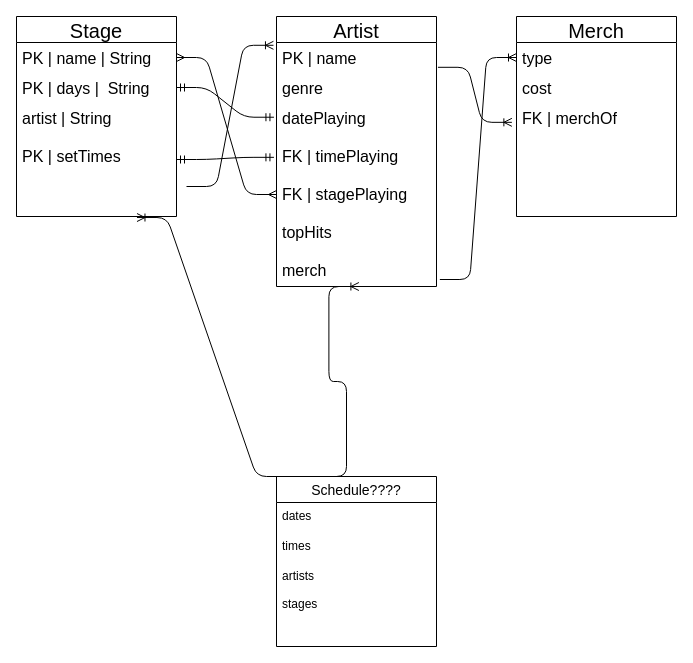
The draw.io diagram Project-Info/ERD.drawio in alexxgz/festivalApp, before the edit. Source tidied: cells renumbered, new cells numbered last; positions are measured from the earlier drawing's top-left corner, leaving out a move shared by most shapes. Both pictures are drawn from the tidied source at 100%, with x=0, y=0 at pixel (16, 16).
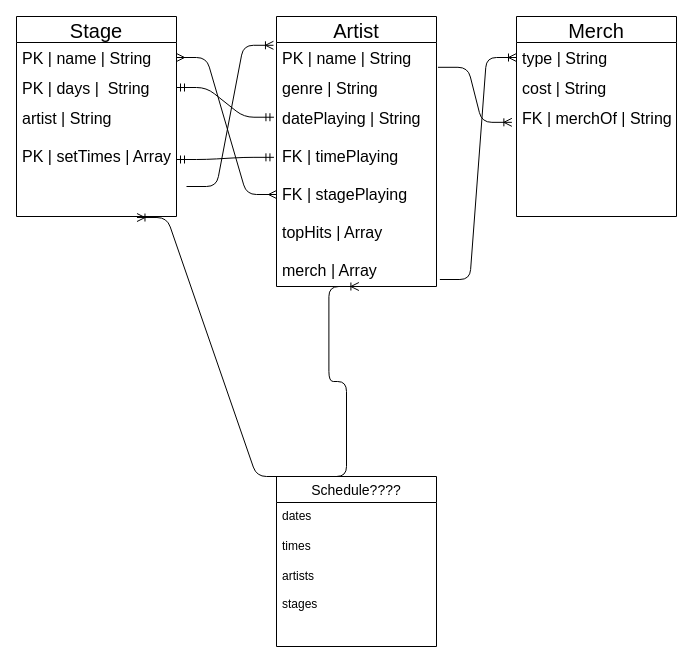
The same page after the edit.

Unchanged cells that the change refers to:
```xml
<mxCell id="2" value="Artist" style="swimlane;fontStyle=0;horizontal=1;startSize=26;align=center;fontSize=20;" parent="1" vertex="1">
  <mxGeometry x="260" width="160" height="270" as="geometry" />
</mxCell>
<mxCell id="6" value="Stage" style="swimlane;fontStyle=0;horizontal=1;startSize=26;align=center;fontSize=20;" parent="1" vertex="1">
  <mxGeometry width="160" height="200" as="geometry" />
</mxCell>
<mxCell id="11" value="Merch" style="swimlane;fontStyle=0;horizontal=1;startSize=26;align=center;fontSize=20;" parent="1" vertex="1">
  <mxGeometry x="500" width="160" height="200" as="geometry" />
</mxCell>
```

Diff of the diagram source:
```diff
@@
-    <mxCell id="3" value="PK | name" style="text;strokeColor=none;fillColor=none;spacingLeft=4;spacingRight=4;overflow=hidden;points=[[0,0.5],[1,0.5]];portConstraint=eastwest;fontSize=16;" parent="2" vertex="1">
+    <mxCell id="3" value="PK | name | String" style="text;strokeColor=none;fillColor=none;spacingLeft=4;spacingRight=4;overflow=hidden;points=[[0,0.5],[1,0.5]];portConstraint=eastwest;fontSize=16;" parent="2" vertex="1">
       <mxGeometry y="26" width="160" height="30" as="geometry" />
     </mxCell>
-    <mxCell id="4" value="genre" style="text;strokeColor=none;fillColor=none;spacingLeft=4;spacingRight=4;overflow=hidden;fontSize=16;" parent="2" vertex="1">
+    <mxCell id="4" value="genre | String" style="text;strokeColor=none;fillColor=none;spacingLeft=4;spacingRight=4;overflow=hidden;fontSize=16;" parent="2" vertex="1">
       <mxGeometry y="56" width="160" height="30" as="geometry" />
     </mxCell>
-    <mxCell id="5" value="datePlaying&#10;&#10;FK | timePlaying&#10;&#10;FK | stagePlaying&#10;&#10;topHits&#10;&#10;merch&#10;" style="text;strokeColor=none;fillColor=none;spacingLeft=4;spacingRight=4;overflow=hidden;points=[[0,0.5],[1,0.5]];portConstraint=eastwest;fontSize=16;" parent="2" vertex="1">
+    <mxCell id="5" value="datePlaying | String&#10;&#10;FK | timePlaying&#10;&#10;FK | stagePlaying&#10;&#10;topHits | Array&#10;&#10;merch | Array&#10;" style="text;strokeColor=none;fillColor=none;spacingLeft=4;spacingRight=4;overflow=hidden;points=[[0,0.5],[1,0.5]];portConstraint=eastwest;fontSize=16;" parent="2" vertex="1">
       <mxGeometry y="86" width="160" height="184" as="geometry" />
     </mxCell>
@@
-    <mxCell id="9" value="artist | String &#10;&#10;PK | setTimes" style="text;strokeColor=none;fillColor=none;spacingLeft=4;spacingRight=4;overflow=hidden;points=[[0,0.5],[1,0.5]];portConstraint=eastwest;fontSize=16;" parent="6" vertex="1">
+    <mxCell id="9" value="artist | String &#10;&#10;PK | setTimes | Array" style="text;strokeColor=none;fillColor=none;spacingLeft=4;spacingRight=4;overflow=hidden;points=[[0,0.5],[1,0.5]];portConstraint=eastwest;fontSize=16;" parent="6" vertex="1">
       <mxGeometry y="86" width="160" height="114" as="geometry" />
     </mxCell>
@@
-    <mxCell id="12" value="type" style="text;strokeColor=none;fillColor=none;spacingLeft=4;spacingRight=4;overflow=hidden;points=[[0,0.5],[1,0.5]];portConstraint=eastwest;fontSize=16;" parent="11" vertex="1">
+    <mxCell id="12" value="type | String" style="text;strokeColor=none;fillColor=none;spacingLeft=4;spacingRight=4;overflow=hidden;points=[[0,0.5],[1,0.5]];portConstraint=eastwest;fontSize=16;" parent="11" vertex="1">
       <mxGeometry y="26" width="160" height="30" as="geometry" />
     </mxCell>
-    <mxCell id="13" value="cost" style="text;strokeColor=none;fillColor=none;spacingLeft=4;spacingRight=4;overflow=hidden;fontSize=16;" parent="11" vertex="1">
+    <mxCell id="13" value="cost | String" style="text;strokeColor=none;fillColor=none;spacingLeft=4;spacingRight=4;overflow=hidden;fontSize=16;" parent="11" vertex="1">
       <mxGeometry y="56" width="160" height="30" as="geometry" />
     </mxCell>
-    <mxCell id="14" value="FK | merchOf" style="text;strokeColor=none;fillColor=none;spacingLeft=4;spacingRight=4;overflow=hidden;points=[[0,0.5],[1,0.5]];portConstraint=eastwest;fontSize=16;" parent="11" vertex="1">
+    <mxCell id="14" value="FK | merchOf | String" style="text;strokeColor=none;fillColor=none;spacingLeft=4;spacingRight=4;overflow=hidden;points=[[0,0.5],[1,0.5]];portConstraint=eastwest;fontSize=16;" parent="11" vertex="1">
       <mxGeometry y="86" width="160" height="114" as="geometry" />
     </mxCell>
```
